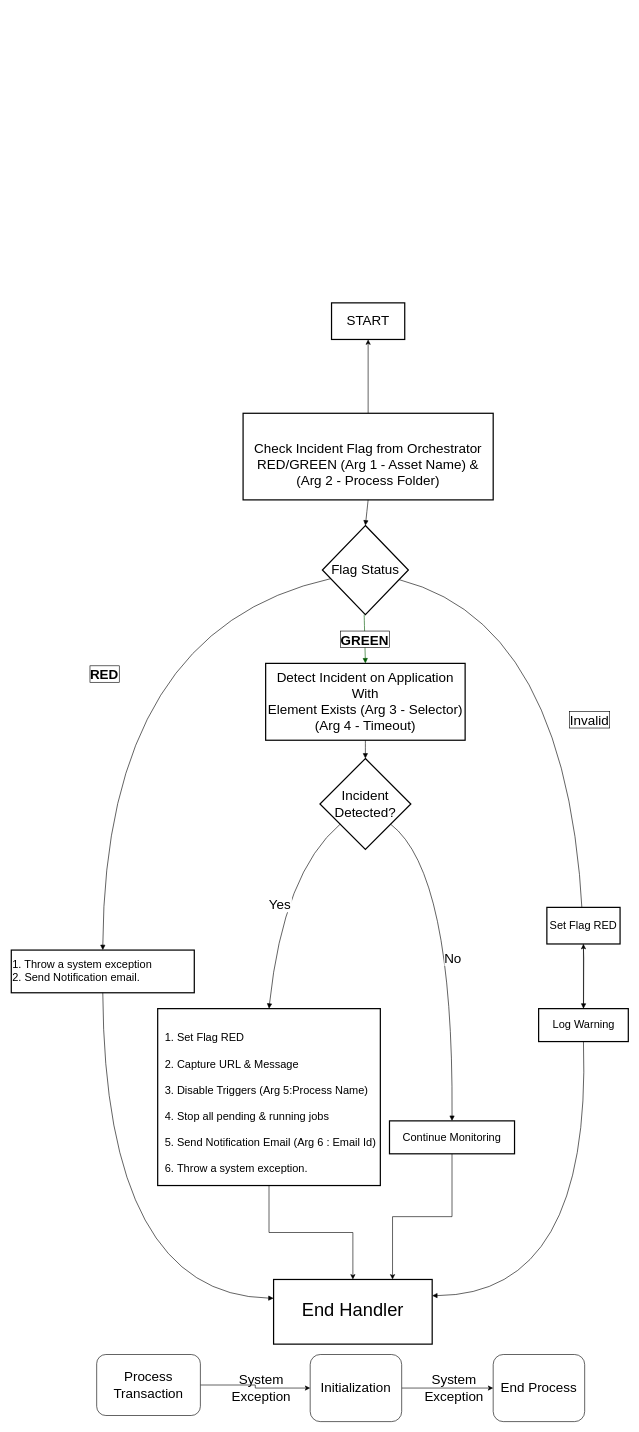
Earlier version of the draw.io diagram Untitled Diagram.drawio (harshitsharmatpg/vault). Source tidied: cells renumbered, new cells numbered last; positions are measured from the earlier drawing's top-left corner, leaving out a move shared by most shapes. Both pictures are drawn from the tidied source at 61%, with x=0, y=0 at pixel (11, 303).
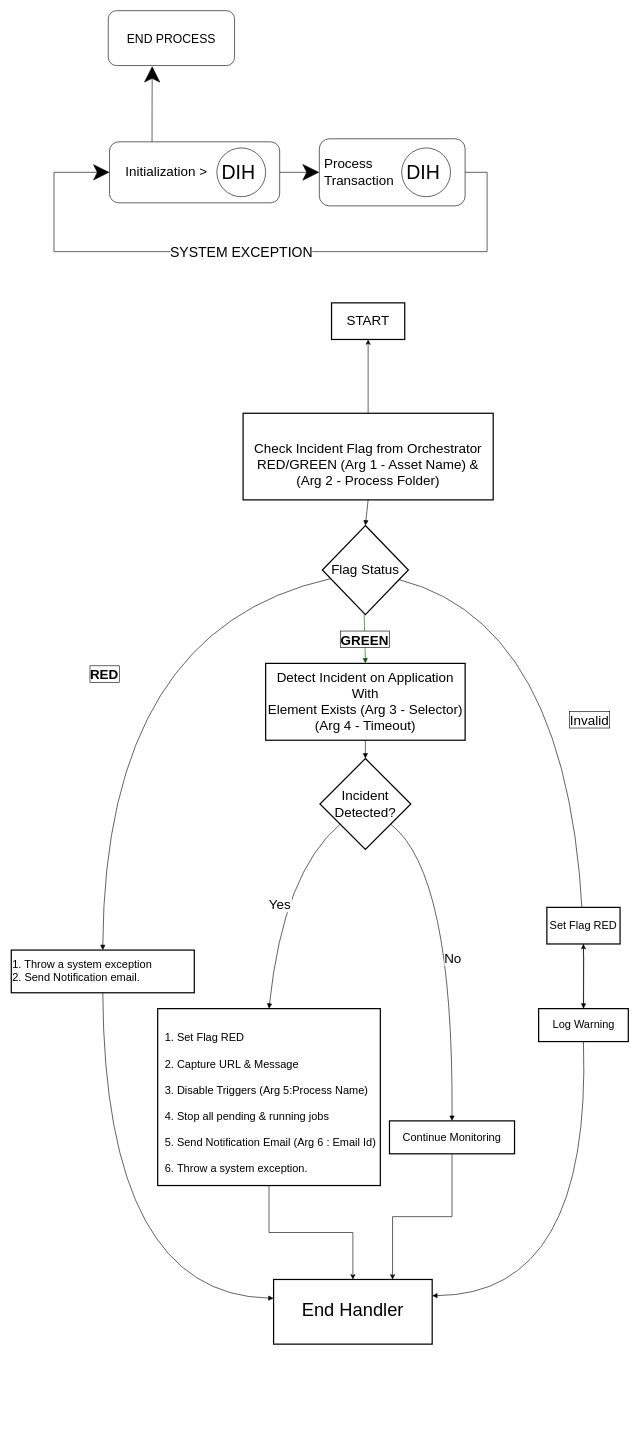
The same page after the edit.

Commit message:
DIH : Pre Approval

Change to the diagram source:
```diff
@@
-    <mxCell id="26" style="edgeStyle=orthogonalEdgeStyle;rounded=0;jettySize=auto;html=1;exitX=1;exitY=0.5;exitDx=0;exitDy=0;entryX=0;entryY=0.5;entryDx=0;entryDy=0;" parent="1" edge="1" source="27" target="29">
-      <mxGeometry relative="1" as="geometry" />
-    </mxCell>
+    <mxCell id="33" style="edgeStyle=orthogonalEdgeStyle;rounded=0;jettySize=auto;html=1;exitX=1;exitY=0.5;exitDx=0;exitDy=0;entryX=0;entryY=0.5;entryDx=0;entryDy=0;endSize=25;" parent="1" edge="1" source="34" target="27">
+      <mxGeometry relative="1" as="geometry" />
+    </mxCell>
+    <mxCell id="34" value="&lt;span style=&quot;font-size: 22px;&quot;&gt;&amp;nbsp; &amp;nbsp; Initialization &amp;gt;&lt;/span&gt;" style="rounded=1;whiteSpace=wrap;html=1;align=left;" parent="1" vertex="1">
+      <mxGeometry x="161" y="-264" width="279" height="100" as="geometry" />
+    </mxCell>
-    <mxCell id="27" value="&lt;font style=&quot;font-size: 22px;&quot;&gt;Process Transaction&lt;/font&gt;" style="rounded=1;whiteSpace=wrap;html=1;" parent="1" vertex="1">
-      <mxGeometry x="140" y="1724" width="170" height="100" as="geometry" />
+    <mxCell id="27" value="&lt;span style=&quot;font-size: 22px;&quot;&gt;&amp;nbsp;Process &lt;br&gt;&amp;nbsp;Transaction&lt;/span&gt;" style="rounded=1;whiteSpace=wrap;html=1;align=left;" parent="1" vertex="1">
+      <mxGeometry x="505" y="-269" width="239" height="110" as="geometry" />
     </mxCell>
-    <mxCell id="28" style="edgeStyle=orthogonalEdgeStyle;rounded=0;jettySize=auto;html=1;exitX=1;exitY=0.5;exitDx=0;exitDy=0;entryX=0;entryY=0.5;entryDx=0;entryDy=0;" parent="1" edge="1" source="29" target="31">
-      <mxGeometry relative="1" as="geometry" />
-    </mxCell>
-    <mxCell id="29" value="&lt;font style=&quot;font-size: 22px;&quot;&gt;Initialization&lt;/font&gt;" style="rounded=1;whiteSpace=wrap;html=1;" parent="1" vertex="1">
-      <mxGeometry x="490" y="1724" width="150" height="110" as="geometry" />
-    </mxCell>
-    <mxCell id="30" value="&lt;font style=&quot;font-size: 22px;&quot;&gt;System Exception&lt;/font&gt;" style="text;html=1;whiteSpace=wrap;strokeColor=none;fillColor=none;align=center;verticalAlign=middle;rounded=0;" parent="1" vertex="1">
-      <mxGeometry x="380" y="1764" width="60" height="30" as="geometry" />
-    </mxCell>
-    <mxCell id="31" value="&lt;font style=&quot;font-size: 22px;&quot;&gt;End Process&lt;/font&gt;" style="rounded=1;whiteSpace=wrap;html=1;" parent="1" vertex="1">
-      <mxGeometry x="790" y="1724" width="150" height="110" as="geometry" />
-    </mxCell>
-    <mxCell id="32" value="&lt;font style=&quot;font-size: 22px;&quot;&gt;System Exception&lt;/font&gt;" style="text;html=1;whiteSpace=wrap;strokeColor=none;fillColor=none;align=center;verticalAlign=middle;rounded=0;" parent="1" vertex="1">
-      <mxGeometry x="695.5" y="1764" width="60" height="30" as="geometry" />
-    </mxCell>
+    <mxCell id="35" value="&lt;font style=&quot;font-size: 32px;&quot;&gt;DIH&amp;nbsp;&lt;/font&gt;" style="ellipse;whiteSpace=wrap;html=1;" parent="1" vertex="1">
+      <mxGeometry x="337" y="-254" width="80" height="80" as="geometry" />
+    </mxCell>
+    <mxCell id="36" value="&lt;font style=&quot;font-size: 32px;&quot;&gt;DIH&amp;nbsp;&lt;/font&gt;" style="ellipse;whiteSpace=wrap;html=1;" parent="1" vertex="1">
+      <mxGeometry x="640" y="-254" width="80" height="80" as="geometry" />
+    </mxCell>
+    <mxCell id="37" style="edgeStyle=orthogonalEdgeStyle;rounded=0;jettySize=auto;html=1;entryX=0;entryY=0.5;entryDx=0;entryDy=0;exitX=1;exitY=0.5;exitDx=0;exitDy=0;fontSize=19;endSize=24;" parent="1" edge="1" source="27" target="34">
+      <mxGeometry relative="1" as="geometry">
+        <Array as="points">
+          <mxPoint x="780" y="-214" />
+          <mxPoint x="780" y="-84" />
+          <mxPoint x="70" y="-84" />
+          <mxPoint x="70" y="-214" />
+        </Array>
+      </mxGeometry>
+    </mxCell>
+    <mxCell id="38" value="&lt;font style=&quot;font-size: 23px;&quot;&gt;SYSTEM EXCEPTION&lt;/font&gt;" style="edgeLabel;html=1;align=center;verticalAlign=middle;" parent="37" vertex="1">
+      <mxGeometry x="0.04" relative="1" as="geometry" />
+    </mxCell>
+    <mxCell id="39" value="&lt;font style=&quot;font-size: 20px;&quot;&gt;END PROCESS&lt;/font&gt;" style="rounded=1;whiteSpace=wrap;html=1;" parent="1" vertex="1">
+      <mxGeometry x="159" y="-479" width="207" height="90" as="geometry" />
+    </mxCell>
+    <mxCell id="40" style="edgeStyle=orthogonalEdgeStyle;rounded=0;jettySize=auto;html=1;exitX=0.25;exitY=0;exitDx=0;exitDy=0;entryX=0.348;entryY=1.011;entryDx=0;entryDy=0;entryPerimeter=0;endSize=24;" parent="1" edge="1" source="34" target="39">
+      <mxGeometry relative="1" as="geometry" />
+    </mxCell>
```
